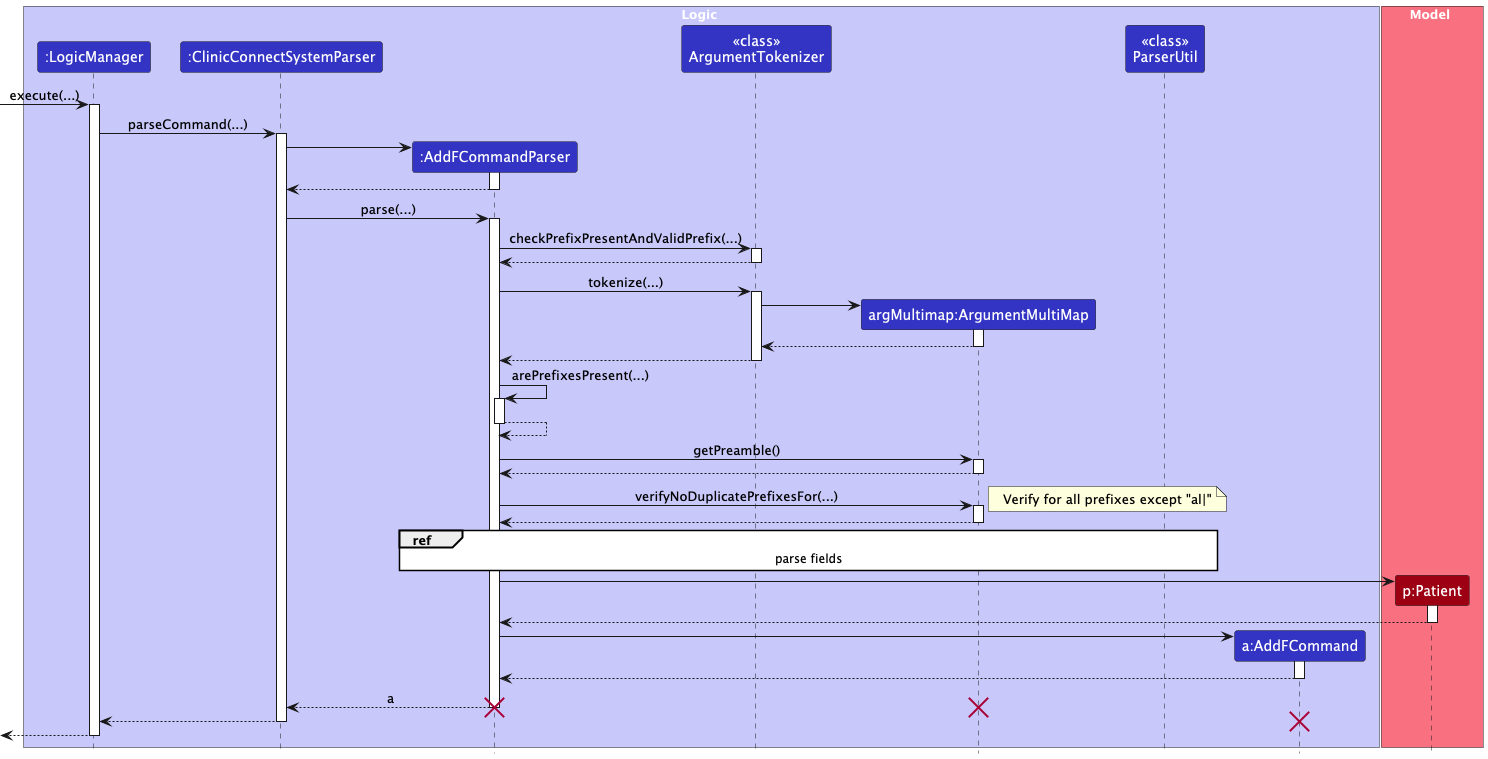
Before: docs/images/AddFSequenceDiagram.png, a diagram exported from PlantUML (nus-cs2103-AY2425S1/tp).
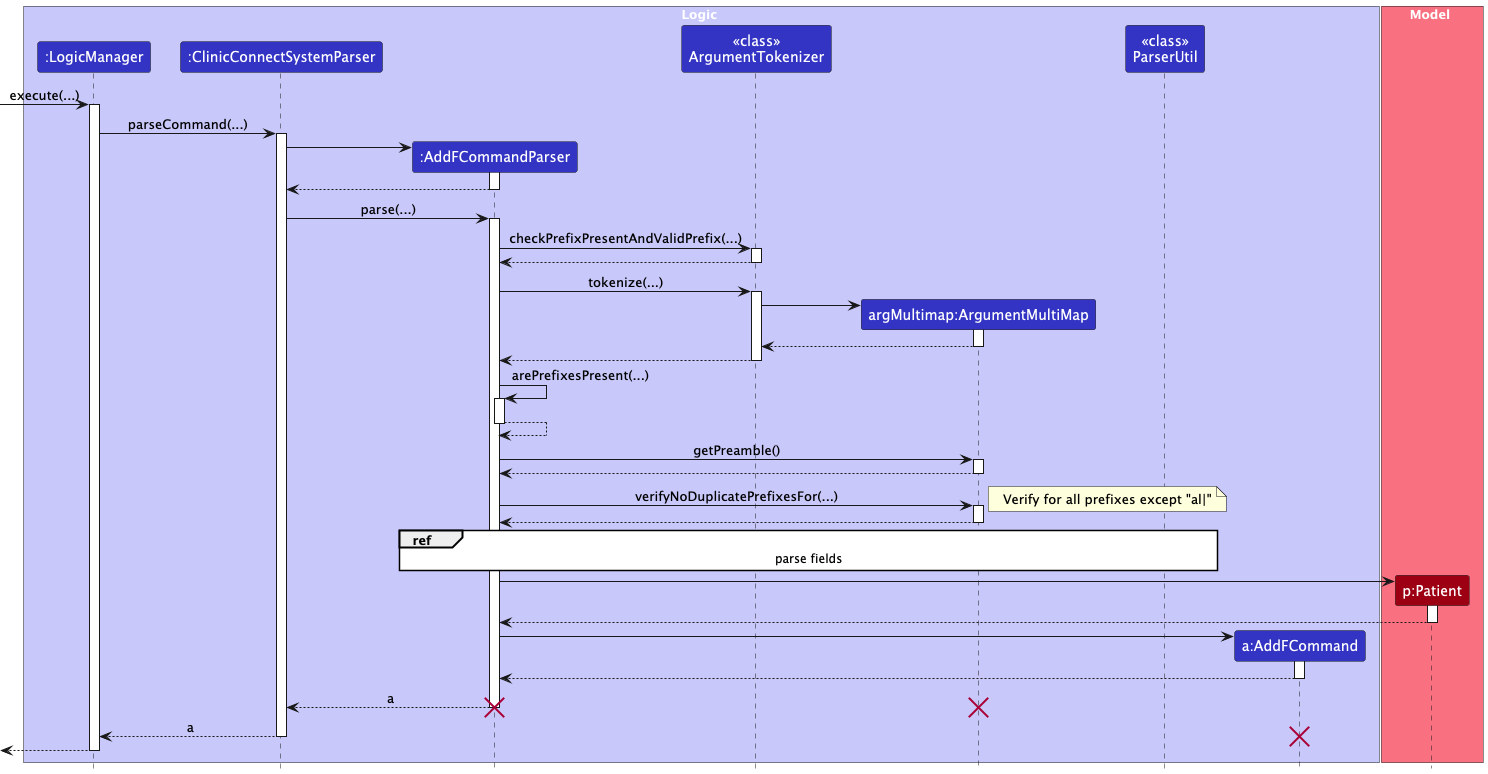
The same diagram one commit later.

What changed in the source:
```diff
@@ -95,7 +95,7 @@
 destroy AddFCommandParser
 destroy ArgumentMultiMap
 
-ClinicConnectSystemParser --> LogicManager
+ClinicConnectSystemParser --> LogicManager : a
 deactivate ClinicConnectSystemParser
 
 destroy AddFCommand
```
